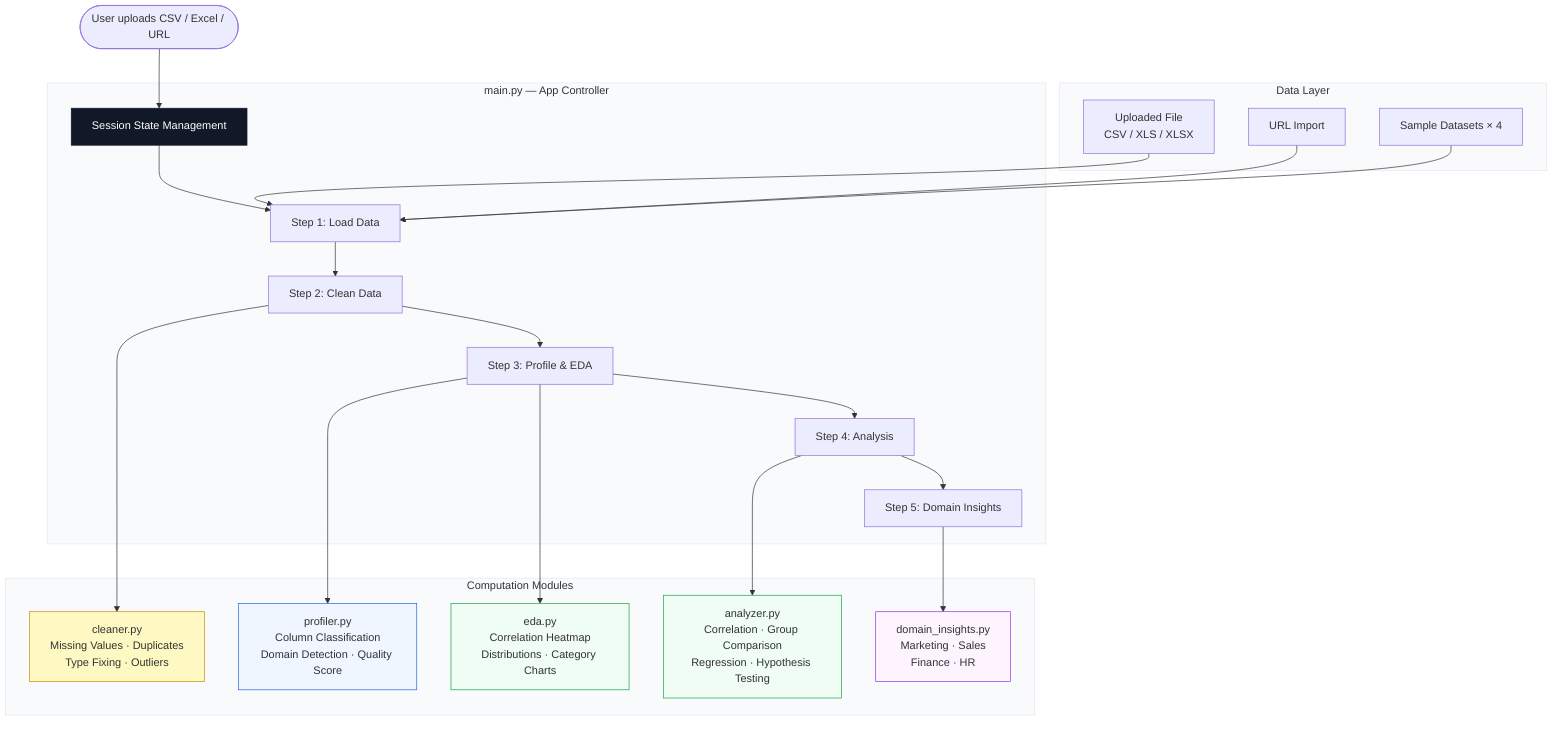
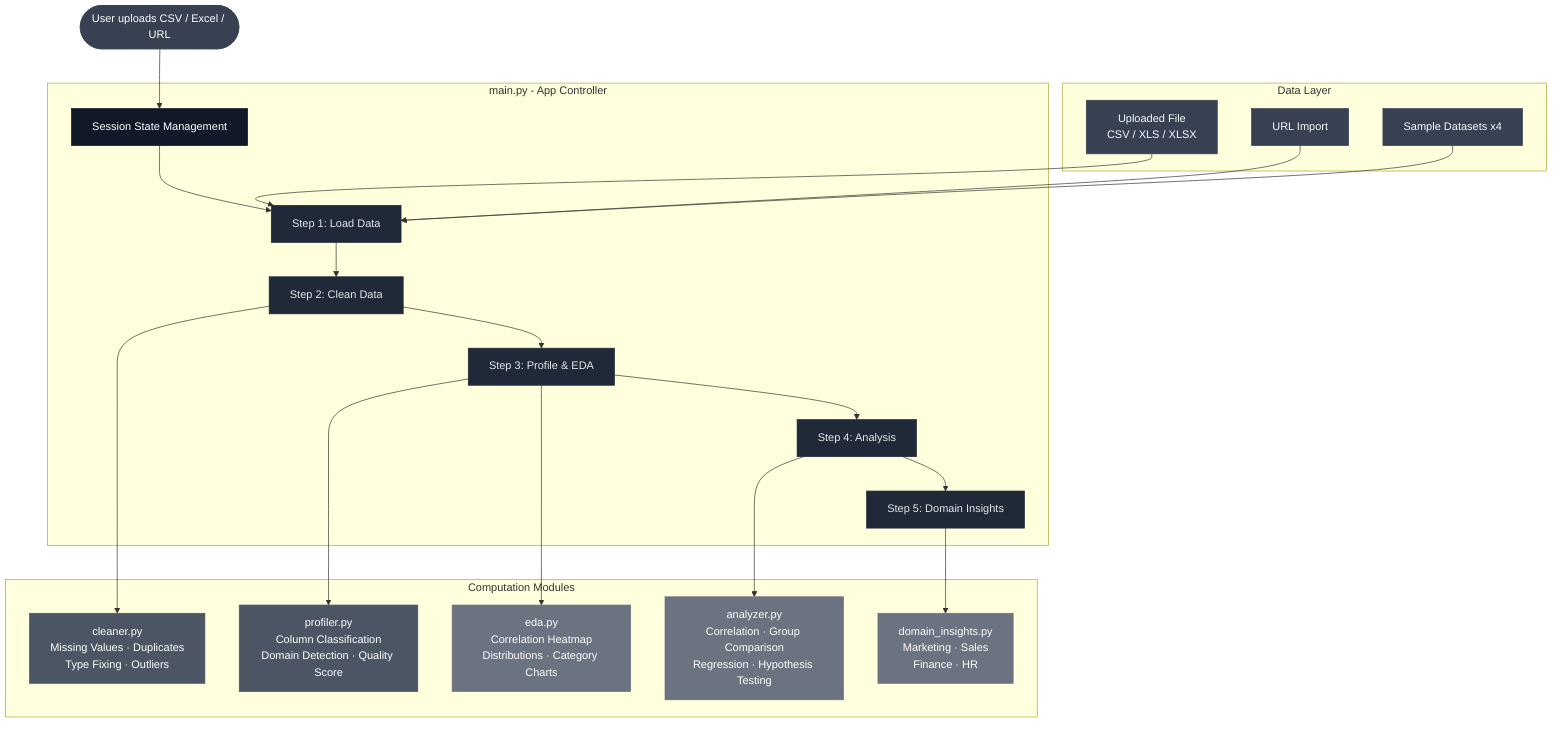
flowchart TD
    A([User uploads CSV / Excel / URL]) --> B

-     subgraph APP["main.py — App Controller"]
+     subgraph APP["main.py - App Controller"]
        B[Session State Management]
        B --> S1[Step 1: Load Data]
        S1 --> S2[Step 2: Clean Data]
        S2 --> S3[Step 3: Profile & EDA]
        S3 --> S4[Step 4: Analysis]
        S4 --> S5[Step 5: Domain Insights]
    end

    S2 --> C
    S3 --> D
    S3 --> E
    S4 --> F
    S5 --> G

    subgraph MODULES["Computation Modules"]
        C[cleaner.py\nMissing Values · Duplicates\nType Fixing · Outliers]
        D[profiler.py\nColumn Classification\nDomain Detection · Quality Score]
        E[eda.py\nCorrelation Heatmap\nDistributions · Category Charts]
        F[analyzer.py\nCorrelation · Group Comparison\nRegression · Hypothesis Testing]
        G[domain_insights.py\nMarketing · Sales\nFinance · HR]
    end

    subgraph DATA["Data Layer"]
        H[Uploaded File\nCSV / XLS / XLSX]
        I[URL Import]
-         J[Sample Datasets × 4]
+         J[Sample Datasets x4]
    end

    H --> S1
    I --> S1
    J --> S1

-     style APP fill:#f8fafc,stroke:#e5e7eb
-     style MODULES fill:#f8fafc,stroke:#e5e7eb
-     style DATA fill:#f8fafc,stroke:#e5e7eb
-     style C fill:#fef9c3,stroke:#ca8a04
-     style D fill:#eff6ff,stroke:#2563eb
-     style E fill:#f0fdf4,stroke:#16a34a
-     style F fill:#f0fdf4,stroke:#16a34a
-     style G fill:#fdf4ff,stroke:#9333ea
+     style A fill:#374151,color:#ffffff,stroke:#374151
    style B fill:#111827,color:#ffffff,stroke:#111827
+     style S1 fill:#1f2937,color:#e5e7eb,stroke:#1f2937
+     style S2 fill:#1f2937,color:#e5e7eb,stroke:#1f2937
+     style S3 fill:#1f2937,color:#e5e7eb,stroke:#1f2937
+     style S4 fill:#1f2937,color:#e5e7eb,stroke:#1f2937
+     style S5 fill:#1f2937,color:#e5e7eb,stroke:#1f2937
+     style C fill:#4b5563,color:#ffffff,stroke:#4b5563
+     style D fill:#4b5563,color:#ffffff,stroke:#4b5563
+     style E fill:#6b7280,color:#ffffff,stroke:#6b7280
+     style F fill:#6b7280,color:#ffffff,stroke:#6b7280
+     style G fill:#6b7280,color:#ffffff,stroke:#6b7280
+     style H fill:#374151,color:#f9fafb,stroke:#374151
+     style I fill:#374151,color:#f9fafb,stroke:#374151
+     style J fill:#374151,color:#f9fafb,stroke:#374151
